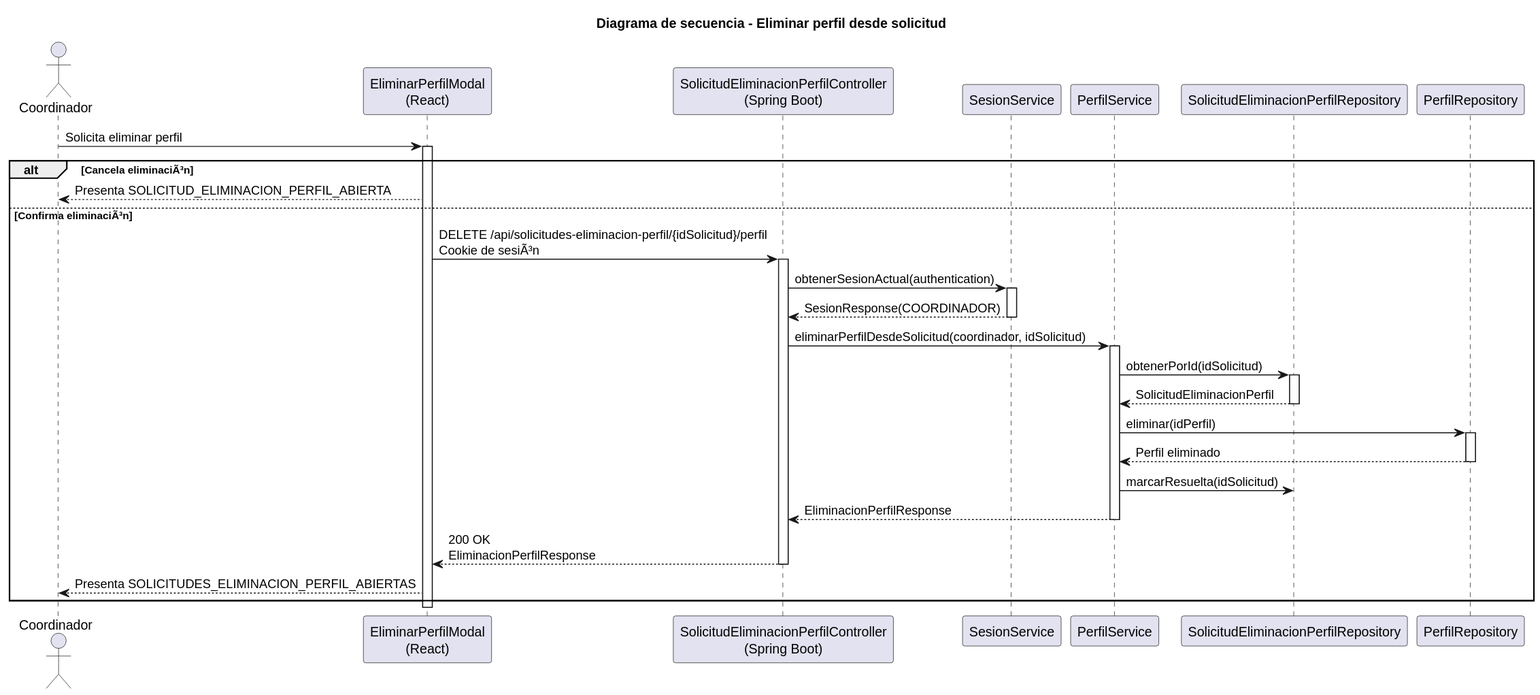
beatriizorozco/25-26-idsw2-sdVC keeps this PlantUML diagram as images/RUP/02-diseño/casos-uso/coordinador/eliminarPerfil/secuencia.svg. Above is the earlier version.
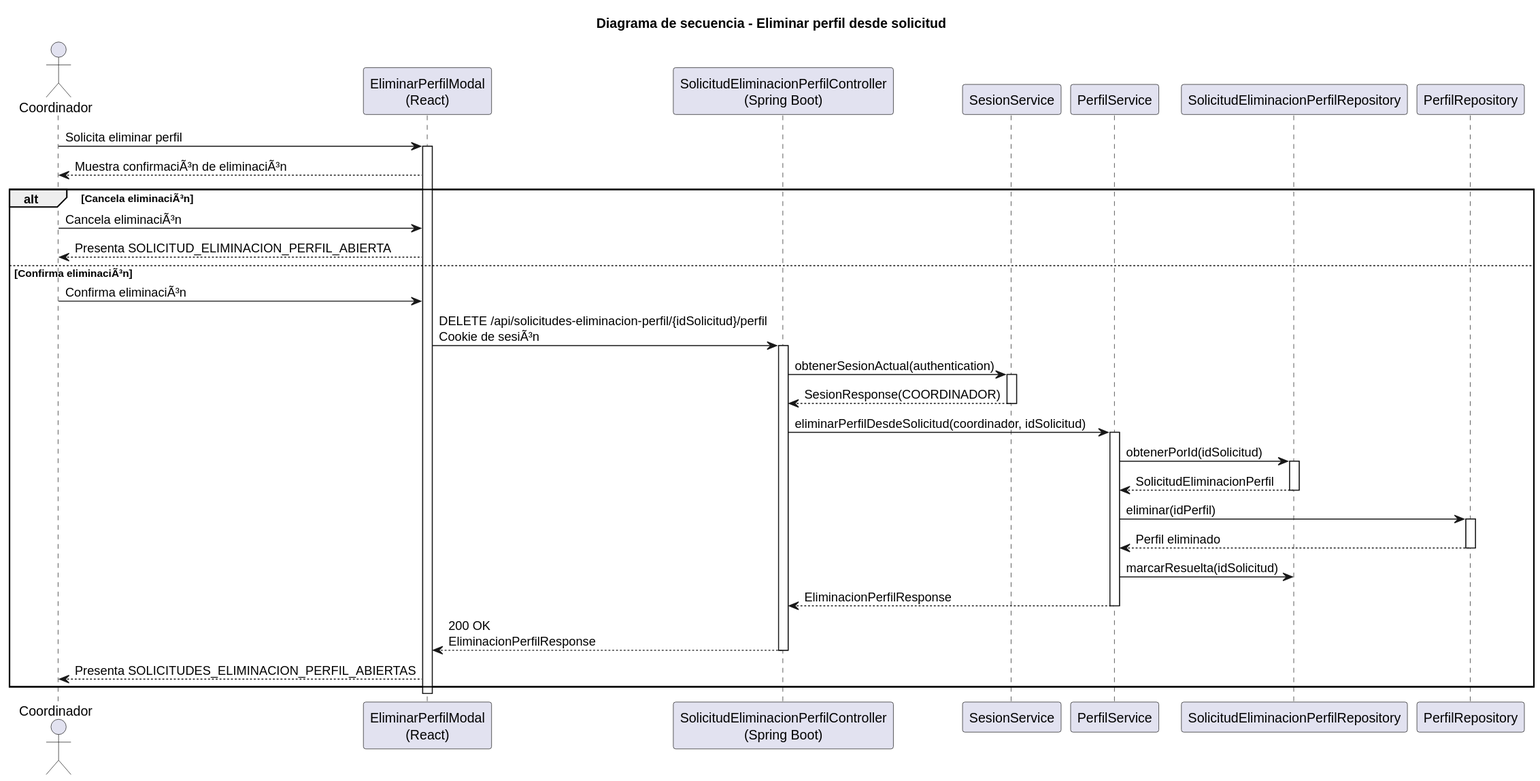
After the change.

The edit, as a diff of the source:
```diff
@@ -11,9 +11,12 @@
 
 Coordinador -> Frontend: Solicita eliminar perfil
 activate Frontend
+Frontend --> Coordinador: Muestra confirmaciÃ³n de eliminaciÃ³n
 alt Cancela eliminaciÃ³n
+    Coordinador -> Frontend: Cancela eliminaciÃ³n
     Frontend --> Coordinador: Presenta SOLICITUD_ELIMINACION_PERFIL_ABIERTA
 else Confirma eliminaciÃ³n
+    Coordinador -> Frontend: Confirma eliminaciÃ³n
     Frontend -> Api: DELETE /api/solicitudes-eliminacion-perfil/{idSolicitud}/perfil\nCookie de sesiÃ³n
     activate Api
     Api -> Sesion: obtenerSesionActual(authentication)
```
